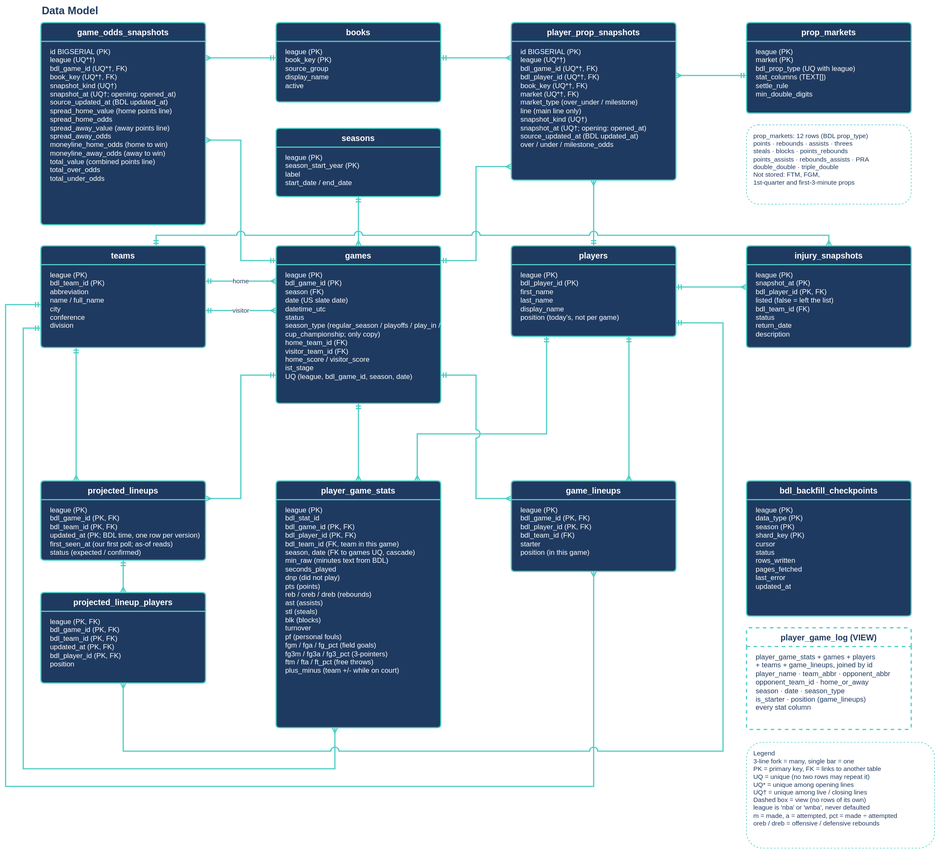
eason034056/nba-player-stats-analysis keeps this draw.io diagram as docs/decisions/SPO-138/data-model-er.drawio.svg. Above is the earlier version. Source tidied: cells renumbered, new cells last; positions are measured from the earlier drawing's top-left corner, leaving out a move shared by most shapes.
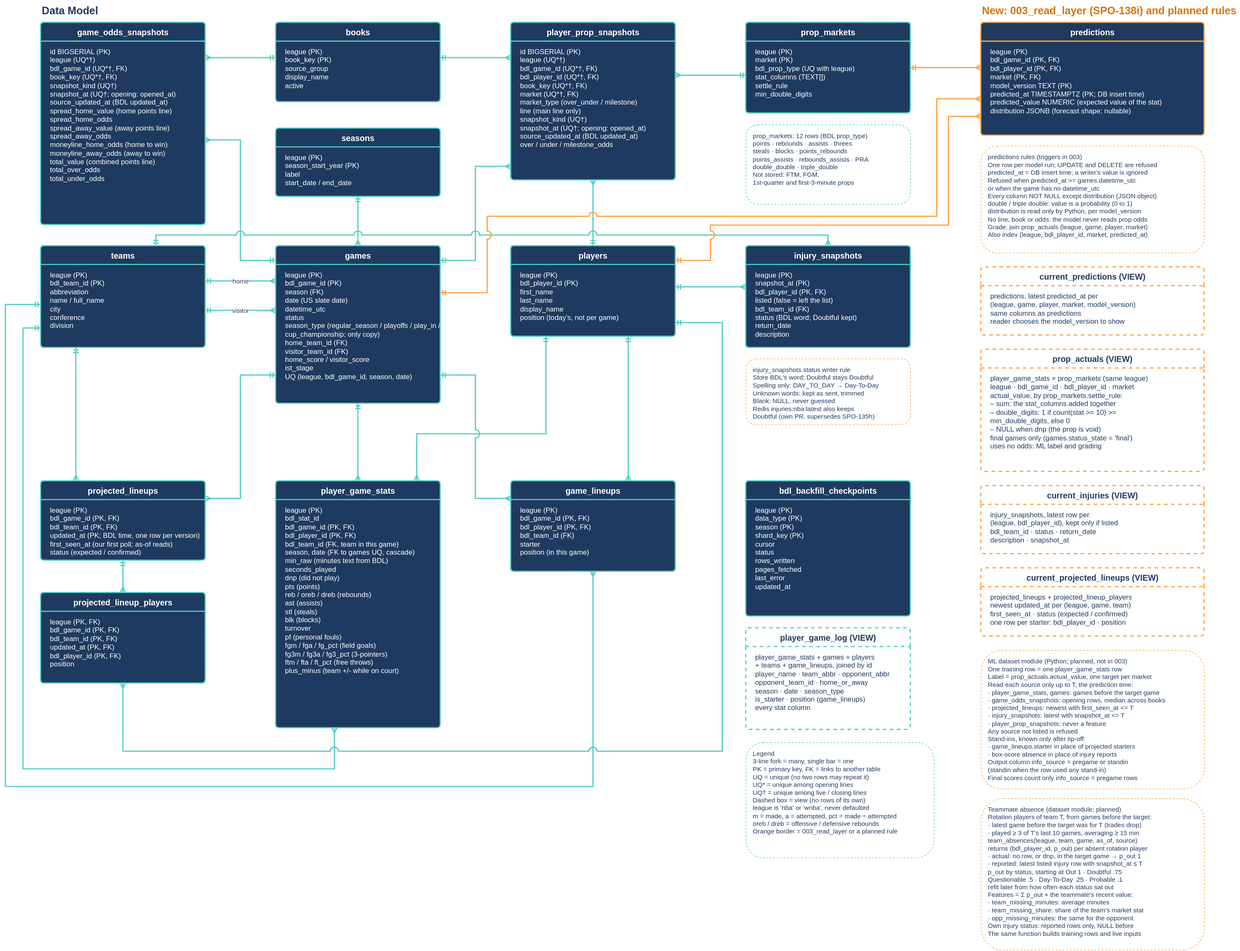
The same diagram one commit later.

Commit message:
docs: SPO-138i read layer decision, data model §11, and ER diagram

Diff of the diagram source:
```diff
@@ -59,7 +59,7 @@
     <mxCell id="20" value="injury_snapshots" style="swimlane;fontStyle=1;startSize=32;horizontal=1;rounded=1;arcSize=6;fillColor=#1f3a60;swimlaneFillColor=#1f3a60;strokeColor=#4ecdc4;strokeWidth=2;fontColor=#ffffff;fontSize=14;" parent="1" vertex="1">
       <mxGeometry x="1260" y="418" width="280" height="173" as="geometry" />
     </mxCell>
-    <mxCell id="21" value="league (PK)&#10;snapshot_at (PK)&#10;bdl_player_id (PK, FK)&#10;listed (false = left the list)&#10;bdl_team_id (FK)&#10;status&#10;return_date&#10;description" style="text;align=left;verticalAlign=top;spacingLeft=14;spacingTop=4;fontColor=#ffffff;fontSize=12;whiteSpace=wrap;" parent="20" vertex="1">
+    <mxCell id="21" value="league (PK)&#10;snapshot_at (PK)&#10;bdl_player_id (PK, FK)&#10;listed (false = left the list)&#10;bdl_team_id (FK)&#10;status (BDL word; Doubtful kept)&#10;return_date&#10;description" style="text;align=left;verticalAlign=top;spacingLeft=14;spacingTop=4;fontColor=#ffffff;fontSize=12;whiteSpace=wrap;" parent="20" vertex="1">
       <mxGeometry y="32" width="280" height="141" as="geometry" />
     </mxCell>
     <mxCell id="22" value="projected_lineups" style="swimlane;fontStyle=1;startSize=32;horizontal=1;rounded=1;arcSize=6;fillColor=#1f3a60;swimlaneFillColor=#1f3a60;strokeColor=#4ecdc4;strokeWidth=2;fontColor=#ffffff;fontSize=14;" parent="1" vertex="1">
@@ -177,8 +177,8 @@
     <mxCell id="47" value="prop_markets: 12 rows (BDL prop_type)&#10;points · rebounds · assists · threes&#10;steals · blocks · points_rebounds&#10;points_assists · rebounds_assists · PRA&#10;double_double · triple_double&#10;Not stored: FTM, FGM,&#10;1st-quarter and first-3-minute props" style="rounded=1;fillColor=#ffffff;strokeColor=#4ecdc4;dashed=1;fontColor=#1f3a60;fontSize=11;align=left;verticalAlign=top;spacingLeft=10;spacingTop=6;whiteSpace=wrap;" parent="1" vertex="1">
       <mxGeometry x="1260" y="212" width="280" height="135" as="geometry" />
     </mxCell>
-    <mxCell id="48" value="Legend&#10;3-line fork = many, single bar = one&#10;PK = primary key, FK = links to another table&#10;UQ = unique (no two rows may repeat it)&#10;UQ* = unique among opening lines&#10;UQ† = unique among live / closing lines&#10;Dashed box = view (no rows of its own)&#10;league is 'nba' or 'wnba', never defaulted&#10;m = made, a = attempted, pct = made ÷ attempted&#10;oreb / dreb = offensive / defensive rebounds" style="rounded=1;fillColor=#ffffff;strokeColor=#4ecdc4;dashed=1;fontColor=#1f3a60;fontSize=11;align=left;verticalAlign=top;spacingLeft=10;spacingTop=6;whiteSpace=wrap;" parent="1" vertex="1">
-      <mxGeometry x="1260" y="1263" width="320" height="180" as="geometry" />
+    <mxCell id="48" value="Legend&#10;3-line fork = many, single bar = one&#10;PK = primary key, FK = links to another table&#10;UQ = unique (no two rows may repeat it)&#10;UQ* = unique among opening lines&#10;UQ† = unique among live / closing lines&#10;Dashed box = view (no rows of its own)&#10;league is 'nba' or 'wnba', never defaulted&#10;m = made, a = attempted, pct = made ÷ attempted&#10;oreb / dreb = offensive / defensive rebounds&#10;Orange border = 003_read_layer or a planned rule" style="rounded=1;fillColor=#ffffff;strokeColor=#4ecdc4;dashed=1;fontColor=#1f3a60;fontSize=11;align=left;verticalAlign=top;spacingLeft=10;spacingTop=6;whiteSpace=wrap;" parent="1" vertex="1">
+      <mxGeometry x="1260" y="1263" width="320" height="196" as="geometry" />
     </mxCell>
     <mxCell id="49" value="projected_lineup_players" style="swimlane;fontStyle=1;startSize=32;horizontal=1;rounded=1;arcSize=6;fillColor=#1f3a60;swimlaneFillColor=#1f3a60;strokeColor=#4ecdc4;strokeWidth=2;fontColor=#ffffff;fontSize=14;" parent="1" vertex="1">
       <mxGeometry x="60" y="1008" width="280" height="154" as="geometry" />
@@ -212,5 +212,73 @@
         </Array>
       </mxGeometry>
     </mxCell>
+    <mxCell id="56" value="New: 003_read_layer (SPO-138i) and planned rules" style="text;fontColor=#d9730d;fontSize=18;fontStyle=1;align=left;" parent="1" vertex="1">
+      <mxGeometry x="1660" width="440" height="30" as="geometry" />
+    </mxCell>
+    <mxCell id="57" value="predictions" style="swimlane;fontStyle=1;startSize=32;horizontal=1;rounded=1;arcSize=6;fillColor=#1f3a60;swimlaneFillColor=#1f3a60;strokeColor=#ff9f43;strokeWidth=2;fontColor=#ffffff;fontSize=14;" parent="1" vertex="1">
+      <mxGeometry x="1660" y="38" width="380" height="192" as="geometry" />
+    </mxCell>
+    <mxCell id="58" value="league (PK)&#10;bdl_game_id (PK, FK)&#10;bdl_player_id (PK, FK)&#10;market (PK, FK)&#10;model_version TEXT (PK)&#10;predicted_at TIMESTAMPTZ (PK; DB insert time)&#10;predicted_value NUMERIC (expected value of the stat)&#10;distribution JSONB (forecast shape; nullable)" style="text;align=left;verticalAlign=top;spacingLeft=14;spacingTop=4;fontColor=#ffffff;fontSize=12;whiteSpace=wrap;" parent="57" vertex="1">
+      <mxGeometry y="32" width="380" height="160" as="geometry" />
+    </mxCell>
+    <mxCell id="59" value="predictions rules (triggers in 003)&#10;One row per model run; UPDATE and DELETE are refused&#10;predicted_at = DB insert time; a writer's value is ignored&#10;Refused when predicted_at &gt;= games.datetime_utc&#10;or when the game has no datetime_utc&#10;Every column NOT NULL except distribution (JSON object)&#10;double / triple double: value is a probability (0 to 1)&#10;distribution is read only by Python, per model_version&#10;No line, book or odds: the model never reads prop odds&#10;Grade: join prop_actuals (league, game, player, market)&#10;Also index (league, bdl_player_id, market, predicted_at)" style="rounded=1;fillColor=#ffffff;strokeColor=#ff9f43;dashed=1;fontColor=#1f3a60;fontSize=11;align=left;verticalAlign=top;spacingLeft=10;spacingTop=6;whiteSpace=wrap;" parent="1" vertex="1">
+      <mxGeometry x="1660" y="248" width="380" height="182" as="geometry" />
+    </mxCell>
+    <mxCell id="60" value="current_predictions (VIEW)" style="swimlane;fontStyle=1;startSize=32;horizontal=1;rounded=1;arcSize=6;fillColor=#ffffff;swimlaneFillColor=#ffffff;strokeColor=#ff9f43;strokeWidth=2;fontColor=#1f3a60;fontSize=14;dashed=1;" parent="1" vertex="1">
+      <mxGeometry x="1660" y="454" width="380" height="116" as="geometry" />
+    </mxCell>
+    <mxCell id="61" value="predictions, latest predicted_at per&#10;(league, game, player, market, model_version)&#10;same columns as predictions&#10;reader chooses the model_version to show" style="text;align=left;verticalAlign=top;spacingLeft=14;spacingTop=4;fontColor=#1f3a60;fontSize=12;whiteSpace=wrap;" parent="60" vertex="1">
+      <mxGeometry y="32" width="380" height="84" as="geometry" />
+    </mxCell>
+    <mxCell id="62" value="prop_actuals (VIEW)" style="swimlane;fontStyle=1;startSize=32;horizontal=1;rounded=1;arcSize=6;fillColor=#ffffff;swimlaneFillColor=#ffffff;strokeColor=#ff9f43;strokeWidth=2;fontColor=#1f3a60;fontSize=14;dashed=1;" parent="1" vertex="1">
+      <mxGeometry x="1660" y="594" width="380" height="208" as="geometry" />
+    </mxCell>
+    <mxCell id="63" value="player_game_stats × prop_markets (same league)&#10;league · bdl_game_id · bdl_player_id · market&#10;actual_value, by prop_markets.settle_rule:&#10;– sum: the stat_columns added together&#10;– double_digits: 1 if count(stat &gt;= 10) &gt;=&#10;min_double_digits, else 0&#10;– NULL when dnp (the prop is void)&#10;final games only (games.status_state = 'final')&#10;uses no odds: ML label and grading" style="text;align=left;verticalAlign=top;spacingLeft=14;spacingTop=4;fontColor=#1f3a60;fontSize=12;whiteSpace=wrap;" parent="62" vertex="1">
+      <mxGeometry y="32" width="380" height="176" as="geometry" />
+    </mxCell>
+    <mxCell id="64" value="current_injuries (VIEW)" style="swimlane;fontStyle=1;startSize=32;horizontal=1;rounded=1;arcSize=6;fillColor=#ffffff;swimlaneFillColor=#ffffff;strokeColor=#ff9f43;strokeWidth=2;fontColor=#1f3a60;fontSize=14;dashed=1;" parent="1" vertex="1">
+      <mxGeometry x="1660" y="826" width="380" height="116" as="geometry" />
+    </mxCell>
+    <mxCell id="65" value="injury_snapshots, latest row per&#10;(league, bdl_player_id), kept only if listed&#10;bdl_team_id · status · return_date&#10;description · snapshot_at" style="text;align=left;verticalAlign=top;spacingLeft=14;spacingTop=4;fontColor=#1f3a60;fontSize=12;whiteSpace=wrap;" parent="64" vertex="1">
+      <mxGeometry y="32" width="380" height="84" as="geometry" />
+    </mxCell>
+    <mxCell id="66" value="current_projected_lineups (VIEW)" style="swimlane;fontStyle=1;startSize=32;horizontal=1;rounded=1;arcSize=6;fillColor=#ffffff;swimlaneFillColor=#ffffff;strokeColor=#ff9f43;strokeWidth=2;fontColor=#1f3a60;fontSize=14;dashed=1;" parent="1" vertex="1">
+      <mxGeometry x="1660" y="966" width="380" height="116" as="geometry" />
+    </mxCell>
+    <mxCell id="67" value="projected_lineups + projected_lineup_players&#10;newest updated_at per (league, game, team)&#10;first_seen_at · status (expected / confirmed)&#10;one row per starter: bdl_player_id · position" style="text;align=left;verticalAlign=top;spacingLeft=14;spacingTop=4;fontColor=#1f3a60;fontSize=12;whiteSpace=wrap;" parent="66" vertex="1">
+      <mxGeometry y="32" width="380" height="84" as="geometry" />
+    </mxCell>
+    <mxCell id="68" value="ML dataset module (Python; planned, not in 003)&#10;One training row = one player_game_stats row&#10;Label = prop_actuals.actual_value, one target per market&#10;Read each source only up to T, the prediction time:&#10;· player_game_stats, games: games before the target game&#10;· game_odds_snapshots: opening rows, median across books&#10;· projected_lineups: newest with first_seen_at &lt;= T&#10;· injury_snapshots: latest with snapshot_at &lt;= T&#10;· player_prop_snapshots: never a feature&#10;Any source not listed is refused&#10;Stand-ins, known only after tip-off:&#10;· game_lineups.starter in place of projected starters&#10;· box-score absence in place of injury reports&#10;Output column info_source = pregame or standin&#10;(standin when the row used any stand-in)&#10;Final scores count only info_source = pregame rows" style="rounded=1;fillColor=#ffffff;strokeColor=#ff9f43;dashed=1;fontColor=#1f3a60;fontSize=11;align=left;verticalAlign=top;spacingLeft=10;spacingTop=6;whiteSpace=wrap;" parent="1" vertex="1">
+      <mxGeometry x="1660" y="1106" width="380" height="236" as="geometry" />
+    </mxCell>
+    <mxCell id="69" value="Teammate absence (dataset module; planned)&#10;Rotation players of team T, from games before the target:&#10;· latest game before the target was for T (trades drop)&#10;· played ≥ 3 of T's last 10 games, averaging ≥ 15 min&#10;team_absences(league, team, game, as_of, source)&#10;returns (bdl_player_id, p_out) per absent rotation player&#10;· actual: no row, or dnp, in the target game → p_out 1&#10;· reported: latest listed injury row with snapshot_at ≤ T&#10;p_out by status, starting at Out 1 · Doubtful .75&#10;Questionable .5 · Day-To-Day .25 · Probable .1&#10;refit later from how often each status sat out&#10;Features = Σ p_out × the teammate's recent value:&#10;· team_missing_minutes: average minutes&#10;· team_missing_share: share of the team's market stat&#10;· opp_missing_minutes: the same for the opponent&#10;Own injury status: reported rows only, NULL before&#10;The same function builds training rows and live inputs" style="rounded=1;fillColor=#ffffff;strokeColor=#ff9f43;dashed=1;fontColor=#1f3a60;fontSize=11;align=left;verticalAlign=top;spacingLeft=10;spacingTop=6;whiteSpace=wrap;" parent="1" vertex="1">
+      <mxGeometry x="1660" y="1358" width="380" height="258" as="geometry" />
+    </mxCell>
+    <mxCell id="70" value="injury_snapshots.status writer rule&#10;Store BDL's word; Doubtful stays Doubtful&#10;Spelling only: DAY_TO_DAY → Day-To-Day&#10;Unknown words: kept as sent, trimmed&#10;Blank: NULL, never guessed&#10;Redis injuries:nba:latest also keeps&#10;Doubtful (own PR, supersedes SPO-135h)" style="rounded=1;fillColor=#ffffff;strokeColor=#ff9f43;dashed=1;fontColor=#1f3a60;fontSize=11;align=left;verticalAlign=top;spacingLeft=10;spacingTop=6;whiteSpace=wrap;" parent="1" vertex="1">
+      <mxGeometry x="1260" y="610" width="280" height="112" as="geometry" />
+    </mxCell>
+    <mxCell id="71" style="edgeStyle=orthogonalEdgeStyle;rounded=0;html=1;startArrow=ERmany;endArrow=ERmandOne;startFill=0;endFill=0;strokeColor=#ff9f43;strokeWidth=2;jumpStyle=arc;jumpSize=12;fontColor=#1f3a60;fontSize=11;labelBackgroundColor=#ffffff;exitX=0.0;exitY=0.401;exitDx=0;exitDy=0;entryX=1.0;entryY=0.5;entryDx=0;entryDy=0;" parent="1" edge="1" source="57" target="8">
+      <mxGeometry relative="1" as="geometry" />
+    </mxCell>
+    <mxCell id="72" style="edgeStyle=orthogonalEdgeStyle;rounded=0;html=1;startArrow=ERmany;endArrow=ERmandOne;startFill=0;endFill=0;strokeColor=#ff9f43;strokeWidth=2;jumpStyle=arc;jumpSize=12;fontColor=#1f3a60;fontSize=11;labelBackgroundColor=#ffffff;exitX=0.0;exitY=0.6771;exitDx=0;exitDy=0;entryX=1.0;entryY=0.2985;entryDx=0;entryDy=0;" parent="1" edge="1" source="57" target="16">
+      <mxGeometry relative="1" as="geometry">
+        <Array as="points">
+          <mxPoint x="1585" y="168" />
+          <mxPoint x="1585" y="368" />
+          <mxPoint x="820" y="368" />
+          <mxPoint x="820" y="498" />
+        </Array>
+      </mxGeometry>
+    </mxCell>
+    <mxCell id="73" style="edgeStyle=orthogonalEdgeStyle;rounded=0;html=1;startArrow=ERmany;endArrow=ERmandOne;startFill=0;endFill=0;strokeColor=#ff9f43;strokeWidth=2;jumpStyle=arc;jumpSize=12;fontColor=#1f3a60;fontSize=11;labelBackgroundColor=#ffffff;exitX=0.0;exitY=0.8333;exitDx=0;exitDy=0;entryX=1.0;entryY=0.1623;entryDx=0;entryDy=0;" parent="1" edge="1" source="57" target="18">
+      <mxGeometry relative="1" as="geometry">
+        <Array as="points">
+          <mxPoint x="1605" y="198" />
+          <mxPoint x="1605" y="383" />
+          <mxPoint x="1200" y="383" />
+          <mxPoint x="1200" y="443" />
+        </Array>
+      </mxGeometry>
+    </mxCell>
   </root>
 </mxGraphModel>
```
